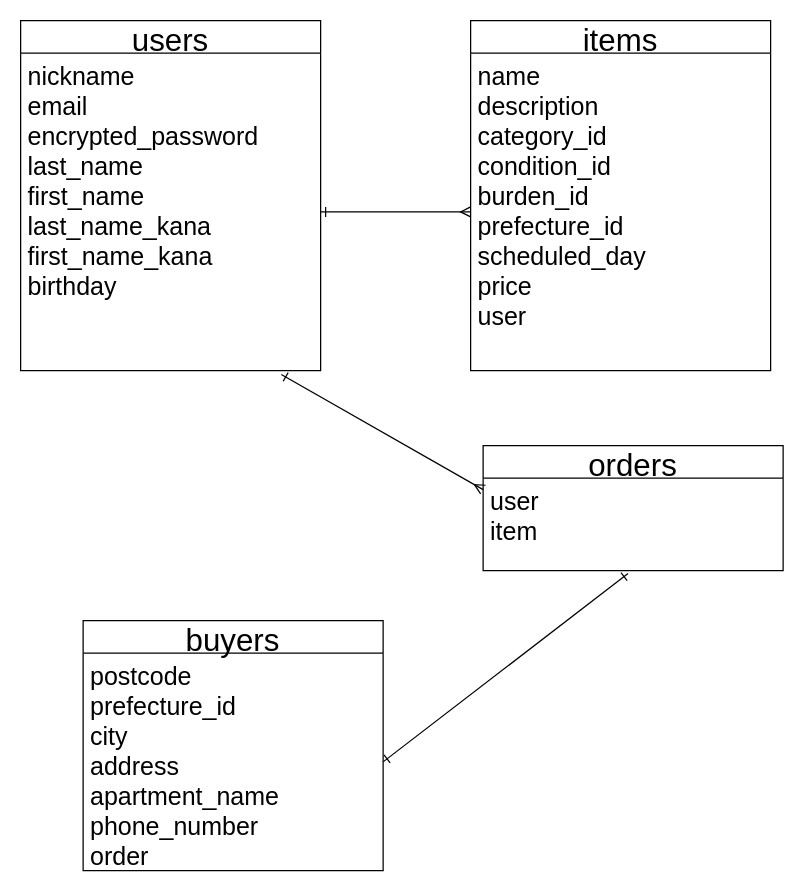
Before: test.dio in yuyare97/furima-37355, a draw.io diagram. Source tidied: cells renumbered, new cells numbered last; positions are measured from the earlier drawing's top-left corner, leaving out a move shared by most shapes. Both pictures are drawn from the tidied source at 125%, with x=0, y=0 at pixel (20, 20).
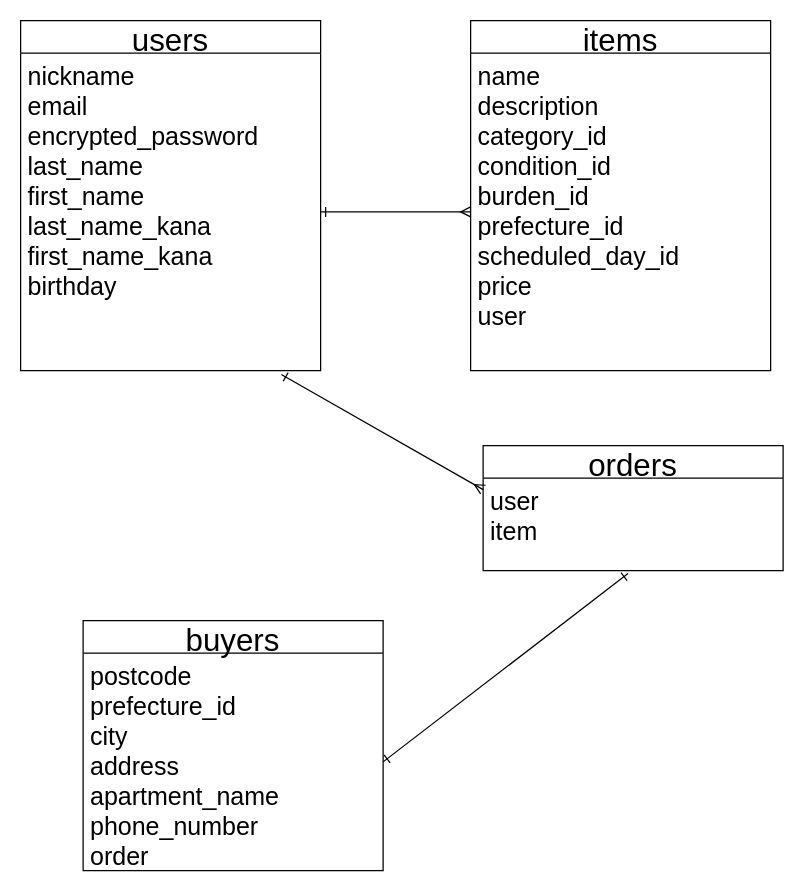
The same diagram, later.

Diff of the diagram source:
```diff
@@
 <mxGraphModel>
   <root>
     <mxCell id="0" />
     <mxCell id="1" parent="0" />
     <mxCell id="2" value="users" style="swimlane;fontStyle=0;horizontal=1;startSize=26;align=center;fontSize=25;" parent="1" vertex="1">
       <mxGeometry width="240" height="280" as="geometry" />
     </mxCell>
     <mxCell id="3" value="nickname&#10;email&#10;encrypted_password&#10;last_name&#10;first_name&#10;last_name_kana&#10;first_name_kana&#10;birthday" style="text;strokeColor=none;fillColor=none;spacingLeft=4;spacingRight=4;overflow=hidden;points=[[0,0.5],[1,0.5]];portConstraint=eastwest;fontSize=20;align=left;" parent="2" vertex="1">
       <mxGeometry y="26" width="240" height="254" as="geometry" />
     </mxCell>
     <mxCell id="4" value="items" style="swimlane;fontStyle=0;horizontal=1;startSize=26;align=center;fontSize=25;" parent="1" vertex="1">
       <mxGeometry x="360" width="240" height="280" as="geometry" />
     </mxCell>
-    <mxCell id="5" value="name&#10;description&#10;category_id&#10;condition_id&#10;burden_id&#10;prefecture_id&#10;scheduled_day&#10;price&#10;user&#10;" style="text;strokeColor=none;fillColor=none;spacingLeft=4;spacingRight=4;overflow=hidden;points=[[0,0.5],[1,0.5]];portConstraint=eastwest;fontSize=20;" parent="4" vertex="1">
+    <mxCell id="5" value="name&#10;description&#10;category_id&#10;condition_id&#10;burden_id&#10;prefecture_id&#10;scheduled_day_id&#10;price&#10;user&#10;" style="text;strokeColor=none;fillColor=none;spacingLeft=4;spacingRight=4;overflow=hidden;points=[[0,0.5],[1,0.5]];portConstraint=eastwest;fontSize=20;" parent="4" vertex="1">
       <mxGeometry y="26" width="240" height="254" as="geometry" />
     </mxCell>
     <mxCell id="6" style="edgeStyle=none;html=1;exitX=1;exitY=0.5;exitDx=0;exitDy=0;entryX=0;entryY=0.5;entryDx=0;entryDy=0;fontSize=20;endArrow=ERmany;endFill=0;startArrow=ERone;startFill=0;" parent="1" edge="1" source="3" target="5">
       <mxGeometry relative="1" as="geometry" />
     </mxCell>
     <mxCell id="7" value="buyers" style="swimlane;fontStyle=0;horizontal=1;startSize=26;align=center;fontSize=25;" parent="1" vertex="1">
       <mxGeometry x="50" y="480" width="240" height="200" as="geometry" />
     </mxCell>
     <mxCell id="8" value="postcode&#10;prefecture_id&#10;city&#10;address&#10;apartment_name&#10;phone_number&#10;order" style="text;strokeColor=none;fillColor=none;spacingLeft=4;spacingRight=4;overflow=hidden;points=[[0,0.5],[1,0.5]];portConstraint=eastwest;fontSize=20;" parent="7" vertex="1">
       <mxGeometry y="26" width="240" height="174" as="geometry" />
     </mxCell>
     <mxCell id="9" value="orders" style="swimlane;fontStyle=0;horizontal=1;startSize=26;align=center;fontSize=25;" parent="1" vertex="1">
       <mxGeometry x="370" y="340" width="240" height="100" as="geometry" />
     </mxCell>
     <mxCell id="10" value="user&#10;item" style="text;strokeColor=none;fillColor=none;spacingLeft=4;spacingRight=4;overflow=hidden;points=[[0,0.5],[1,0.5]];portConstraint=eastwest;fontSize=20;" parent="9" vertex="1">
       <mxGeometry y="26" width="240" height="74" as="geometry" />
     </mxCell>
     <mxCell id="11" style="edgeStyle=none;html=1;exitX=0;exitY=0.124;exitDx=0;exitDy=0;entryX=0.869;entryY=1.012;entryDx=0;entryDy=0;entryPerimeter=0;fontSize=20;startArrow=ERmany;startFill=0;endArrow=ERone;endFill=0;exitPerimeter=0;" parent="1" edge="1" source="10" target="3">
       <mxGeometry relative="1" as="geometry" />
     </mxCell>
     <mxCell id="12" style="edgeStyle=none;html=1;exitX=1;exitY=0.5;exitDx=0;exitDy=0;entryX=0.483;entryY=1.032;entryDx=0;entryDy=0;entryPerimeter=0;fontSize=20;startArrow=ERone;startFill=0;endArrow=ERone;endFill=0;" parent="1" edge="1" source="8" target="10">
       <mxGeometry relative="1" as="geometry" />
     </mxCell>
   </root>
 </mxGraphModel>
```
